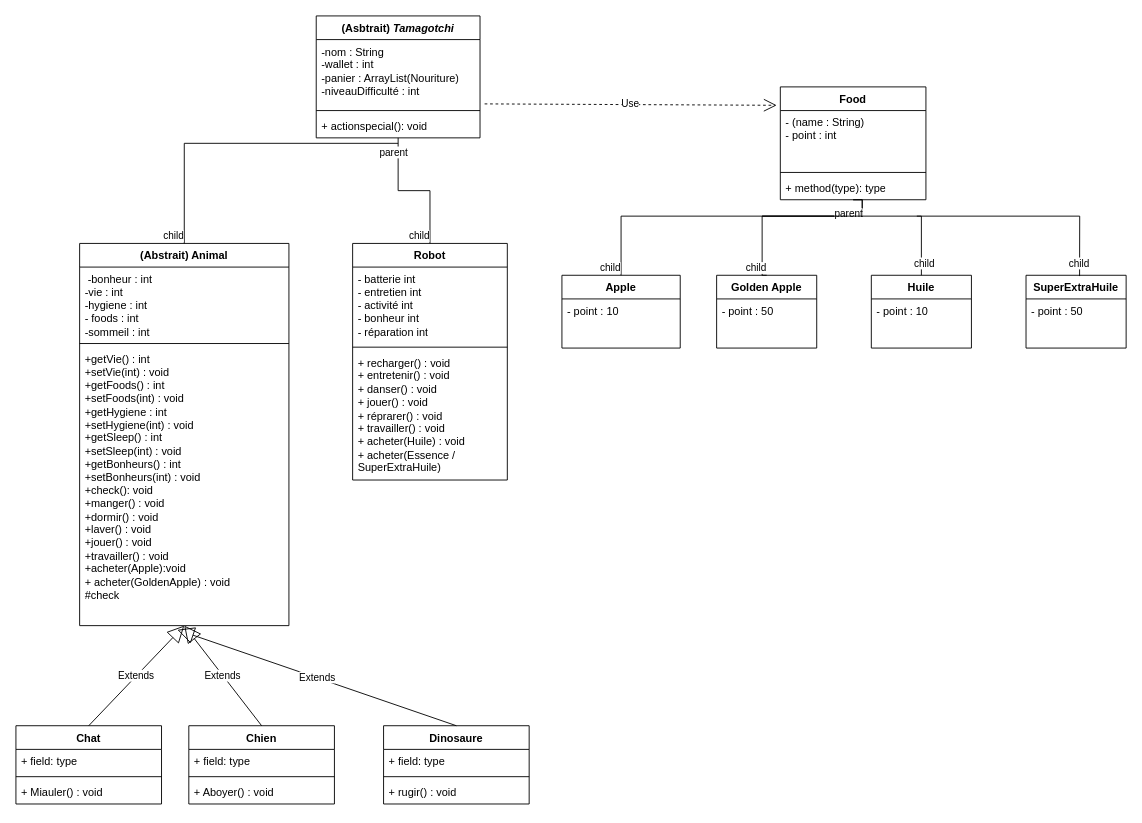
Earlier version of the draw.io diagram page "Page-2" (2 of 2) of Diagram.drawio (BMaurice56/Tamagotchi). Source tidied: cells renumbered, new cells numbered last; positions are measured from the earlier drawing's top-left corner, leaving out a move shared by most shapes. Both pictures are drawn from the tidied source at 91%, with x=0, y=0 at pixel (15, 15).
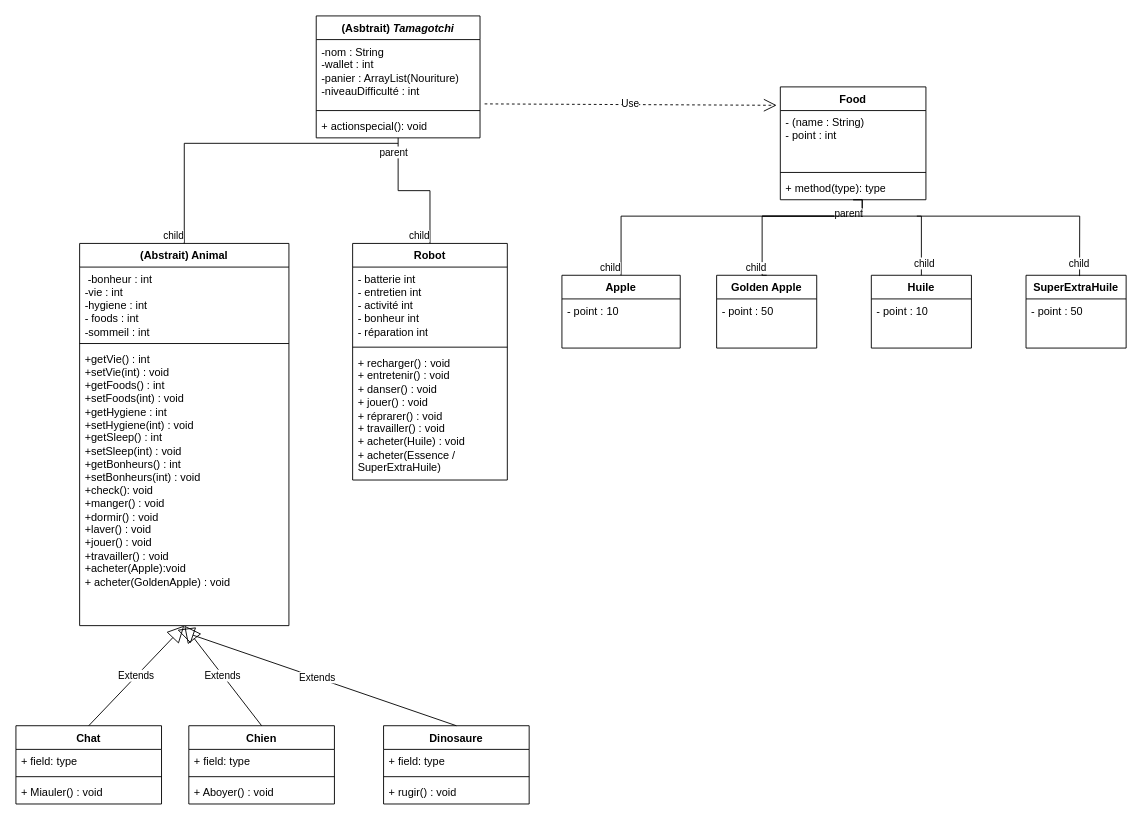
Above is the later version.

Commit message:
Mettre à jour Diagram.drawio

Unchanged cells that the change refers to:
```xml
<mxCell id="14" value="(Abstrait) Animal" style="swimlane;fontStyle=1;align=center;verticalAlign=top;horizontal=1;startSize=26;whiteSpace=wrap;html=1;" parent="1" vertex="1">
  <mxGeometry x="70" y="250" width="230" height="420" as="geometry" />
</mxCell>
```

The edit, as a diff of the source:
```diff
@@
-    <mxCell id="17" value="&lt;div&gt;+getVie() : int&lt;br&gt;&lt;/div&gt;&lt;div&gt;+setVie(int) : void&lt;/div&gt;&lt;div&gt;&lt;div&gt;+getFoods() : int&lt;br&gt;&lt;/div&gt;+setFoods(int) : void&lt;/div&gt;&lt;div&gt;&lt;div&gt;+getHygiene : int&lt;br&gt;&lt;/div&gt;+setHygiene(int) : void&lt;/div&gt;&lt;div&gt;&lt;div&gt;+getSleep() : int&lt;br&gt;&lt;/div&gt;+setSleep(int) : void&lt;/div&gt;&lt;div&gt;&lt;div&gt;+getBonheurs() : int&lt;br&gt;&lt;/div&gt;+setBonheurs(int) : void&lt;/div&gt;&lt;div&gt;+check(): void&lt;br&gt;&lt;/div&gt;&lt;div&gt;+manger() : void&lt;/div&gt;&lt;div&gt;+dormir() : void&lt;/div&gt;&lt;div&gt;+laver() : void&lt;/div&gt;&lt;div&gt;+jouer() : void&lt;/div&gt;&lt;div&gt;+travailler() : void&lt;br&gt;&lt;/div&gt;&lt;div&gt;+acheter(Apple):void&lt;/div&gt;&lt;div&gt;+ acheter(GoldenApple) : void&lt;/div&gt;&lt;div&gt;#check&lt;br&gt;&lt;/div&gt;&lt;div&gt;&lt;br&gt;&lt;/div&gt;" style="text;strokeColor=none;fillColor=none;align=left;verticalAlign=top;spacingLeft=4;spacingRight=4;overflow=hidden;points=[[0,0.5],[1,0.5]];portConstraint=eastwest;whiteSpace=wrap;html=1;" parent="14" vertex="1">
+    <mxCell id="17" value="&lt;div&gt;+getVie() : int&lt;br&gt;&lt;/div&gt;&lt;div&gt;+setVie(int) : void&lt;/div&gt;&lt;div&gt;&lt;div&gt;+getFoods() : int&lt;br&gt;&lt;/div&gt;+setFoods(int) : void&lt;/div&gt;&lt;div&gt;&lt;div&gt;+getHygiene : int&lt;br&gt;&lt;/div&gt;+setHygiene(int) : void&lt;/div&gt;&lt;div&gt;&lt;div&gt;+getSleep() : int&lt;br&gt;&lt;/div&gt;+setSleep(int) : void&lt;/div&gt;&lt;div&gt;&lt;div&gt;+getBonheurs() : int&lt;br&gt;&lt;/div&gt;+setBonheurs(int) : void&lt;/div&gt;&lt;div&gt;+check(): void&lt;br&gt;&lt;/div&gt;&lt;div&gt;+manger() : void&lt;/div&gt;&lt;div&gt;+dormir() : void&lt;/div&gt;&lt;div&gt;+laver() : void&lt;/div&gt;&lt;div&gt;+jouer() : void&lt;/div&gt;&lt;div&gt;+travailler() : void&lt;br&gt;&lt;/div&gt;&lt;div&gt;+acheter(Apple):void&lt;/div&gt;&lt;div&gt;+ acheter(GoldenApple) : void&lt;/div&gt;&lt;div&gt;&lt;br&gt;&lt;/div&gt;" style="text;strokeColor=none;fillColor=none;align=left;verticalAlign=top;spacingLeft=4;spacingRight=4;overflow=hidden;points=[[0,0.5],[1,0.5]];portConstraint=eastwest;whiteSpace=wrap;html=1;" parent="14" vertex="1">
       <mxGeometry y="114" width="230" height="306" as="geometry" />
     </mxCell>
```
